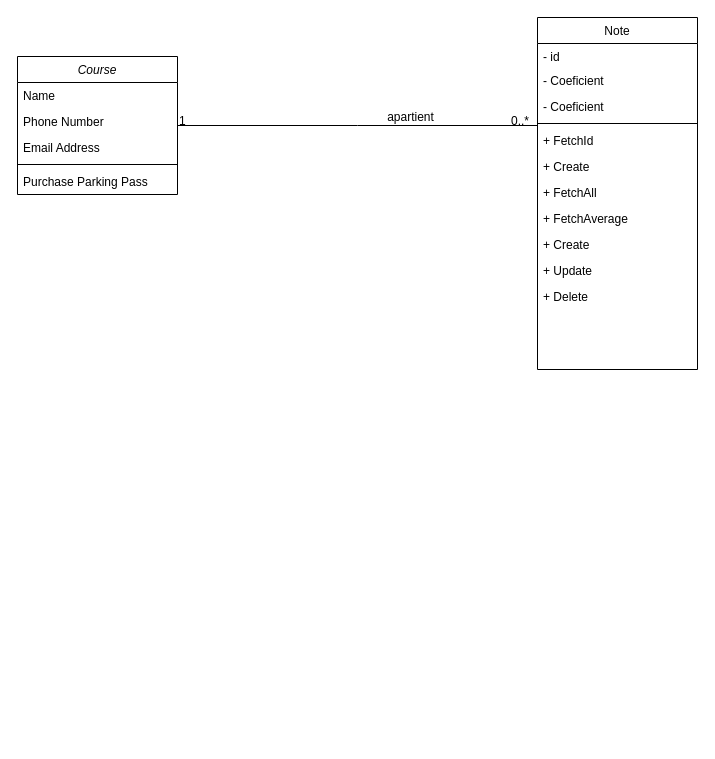
cherifsriret/PHP-mini-framwork keeps this draw.io diagram as classe.drawio. Above is the earlier version. Source tidied: cells renumbered, new cells numbered last; positions are measured from the earlier drawing's top-left corner, leaving out a move shared by most shapes. Both pictures are drawn from the tidied source at 100%, with x=0, y=0 at pixel (17, 17).
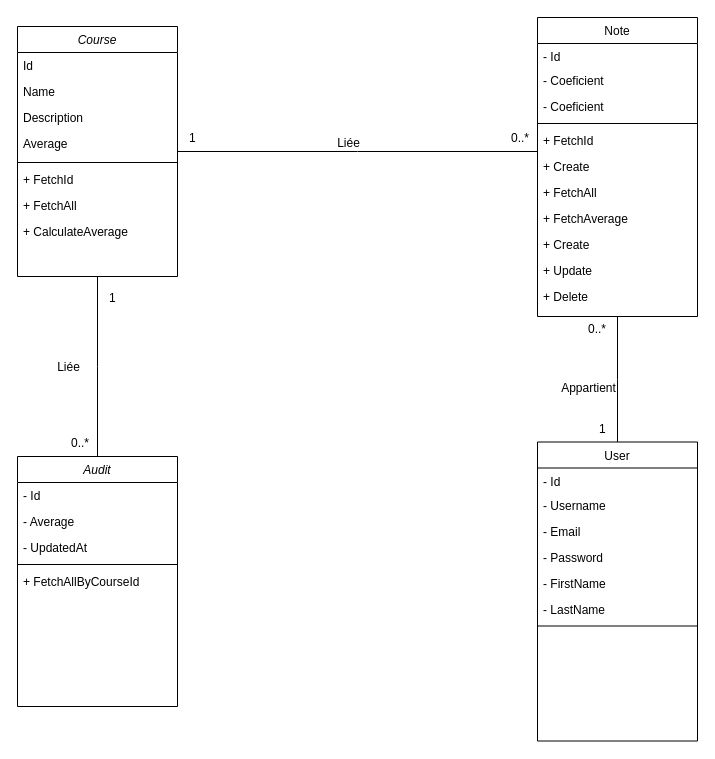
After the change.

Commit message (it also covers changes not shown here):
Mettre à jour classe.drawio

Unchanged cells that the change refers to:
```xml
<mxCell id="20" style="endArrow=none;shadow=0;strokeWidth=1;rounded=0;endFill=0;edgeStyle=elbowEdgeStyle;elbow=vertical;" parent="1" edge="1" source="2" target="8">
  <mxGeometry x="0.5" y="41" relative="1" as="geometry">
    <mxPoint x="-40" y="32" as="offset" />
  </mxGeometry>
</mxCell>
```

Change to the diagram source:
```diff
@@
     <mxCell id="2" value="Course" style="swimlane;fontStyle=2;align=center;verticalAlign=top;horizontal=1;startSize=26;rounded=0;shadow=0;strokeWidth=1;" parent="1" vertex="1">
-      <mxGeometry y="39" width="160" height="138" as="geometry" />
+      <mxGeometry y="9" width="160" height="250" as="geometry" />
     </mxCell>
-    <mxCell id="3" value="Name" style="text;align=left;verticalAlign=top;spacingLeft=4;spacingRight=4;overflow=hidden;" parent="2" vertex="1">
+    <mxCell id="3" value="Id" style="text;align=left;verticalAlign=top;spacingLeft=4;spacingRight=4;overflow=hidden;" parent="2" vertex="1">
       <mxGeometry y="26" width="160" height="26" as="geometry" />
     </mxCell>
-    <mxCell id="4" value="Phone Number" style="text;align=left;verticalAlign=top;spacingLeft=4;spacingRight=4;overflow=hidden;rounded=0;shadow=0;html=0;" parent="2" vertex="1">
+    <mxCell id="4" value="Name" style="text;align=left;verticalAlign=top;spacingLeft=4;spacingRight=4;overflow=hidden;rounded=0;shadow=0;html=0;" parent="2" vertex="1">
       <mxGeometry y="52" width="160" height="26" as="geometry" />
     </mxCell>
-    <mxCell id="5" value="Email Address" style="text;align=left;verticalAlign=top;spacingLeft=4;spacingRight=4;overflow=hidden;rounded=0;shadow=0;html=0;" parent="2" vertex="1">
+    <mxCell id="5" value="Description" style="text;align=left;verticalAlign=top;spacingLeft=4;spacingRight=4;overflow=hidden;rounded=0;shadow=0;html=0;" parent="2" vertex="1">
       <mxGeometry y="78" width="160" height="26" as="geometry" />
     </mxCell>
+    <mxCell id="7" value="Average" style="text;align=left;verticalAlign=top;spacingLeft=4;spacingRight=4;overflow=hidden;" parent="2" vertex="1">
+      <mxGeometry y="104" width="160" height="28" as="geometry" />
+    </mxCell>
     <mxCell id="6" style="line;html=1;strokeWidth=1;align=left;verticalAlign=middle;spacingTop=-1;spacingLeft=3;spacingRight=3;labelPosition=right;" parent="2" vertex="1">
-      <mxGeometry y="104" width="160" height="8" as="geometry" />
+      <mxGeometry y="132" width="160" height="8" as="geometry" />
     </mxCell>
-    <mxCell id="7" value="Purchase Parking Pass" style="text;align=left;verticalAlign=top;spacingLeft=4;spacingRight=4;overflow=hidden;" parent="2" vertex="1">
-      <mxGeometry y="112" width="160" height="26" as="geometry" />
-    </mxCell>
+    <mxCell id="24" value="+ FetchId" style="text;align=left;verticalAlign=top;spacingLeft=4;spacingRight=4;overflow=hidden;" parent="2" vertex="1">
+      <mxGeometry y="140" width="160" height="26" as="geometry" />
+    </mxCell>
+    <mxCell id="25" value="+ FetchAll" style="text;align=left;verticalAlign=top;spacingLeft=4;spacingRight=4;overflow=hidden;" parent="2" vertex="1">
+      <mxGeometry y="166" width="160" height="26" as="geometry" />
+    </mxCell>
+    <mxCell id="26" value="+ CalculateAverage" style="text;align=left;verticalAlign=top;spacingLeft=4;spacingRight=4;overflow=hidden;" parent="2" vertex="1">
+      <mxGeometry y="192" width="160" height="28" as="geometry" />
+    </mxCell>
     <mxCell id="8" value="Note" style="swimlane;fontStyle=0;align=center;verticalAlign=top;horizontal=1;startSize=26;rounded=0;shadow=0;strokeWidth=1;" parent="1" vertex="1">
-      <mxGeometry x="520" width="160" height="352" as="geometry" />
+      <mxGeometry x="520" width="160" height="299" as="geometry" />
     </mxCell>
-    <mxCell id="9" value="- id" style="text;align=left;verticalAlign=top;spacingLeft=4;spacingRight=4;overflow=hidden;labelBackgroundColor=none;labelBorderColor=none;html=1;" parent="8" vertex="1">
+    <mxCell id="9" value="- Id" style="text;align=left;verticalAlign=top;spacingLeft=4;spacingRight=4;overflow=hidden;labelBackgroundColor=none;labelBorderColor=none;html=1;" parent="8" vertex="1">
       <mxGeometry y="26" width="160" height="24" as="geometry" />
     </mxCell>
@@
     <mxCell id="21" value="1" style="align=left;verticalAlign=bottom;labelBackgroundColor=none;fontSize=12;" parent="20" vertex="1">
       <mxGeometry x="-1" relative="1" as="geometry">
-        <mxPoint y="4" as="offset" />
+        <mxPoint x="10" y="-5" as="offset" />
       </mxGeometry>
     </mxCell>
     <mxCell id="22" value="0..*" style="align=right;verticalAlign=bottom;labelBackgroundColor=none;fontSize=12;" parent="20" vertex="1">
       <mxGeometry x="1" relative="1" as="geometry">
-        <mxPoint x="-7" y="4" as="offset" />
+        <mxPoint x="-7" y="-5" as="offset" />
       </mxGeometry>
     </mxCell>
-    <mxCell id="23" value="apartient" style="text;html=1;align=center;verticalAlign=middle;labelBackgroundColor=none;rounded=0;shadow=0;strokeWidth=1;fontSize=12;" parent="20" vertex="1">
+    <mxCell id="23" value="Liée" style="text;html=1;align=center;verticalAlign=middle;labelBackgroundColor=none;rounded=0;shadow=0;strokeWidth=1;fontSize=12;" parent="20" vertex="1">
       <mxGeometry x="0.5" y="49" relative="1" as="geometry">
-        <mxPoint x="-38" y="40" as="offset" />
+        <mxPoint x="-100" y="40" as="offset" />
       </mxGeometry>
     </mxCell>
+    <mxCell id="27" value="Audit" style="swimlane;fontStyle=2;align=center;verticalAlign=top;horizontal=1;startSize=26;rounded=0;shadow=0;strokeWidth=1;" parent="1" vertex="1">
+      <mxGeometry y="439" width="160" height="250" as="geometry" />
+    </mxCell>
+    <mxCell id="28" value="- Id" style="text;align=left;verticalAlign=top;spacingLeft=4;spacingRight=4;overflow=hidden;" parent="27" vertex="1">
+      <mxGeometry y="26" width="160" height="26" as="geometry" />
+    </mxCell>
+    <mxCell id="29" value="- Average" style="text;align=left;verticalAlign=top;spacingLeft=4;spacingRight=4;overflow=hidden;rounded=0;shadow=0;html=0;" parent="27" vertex="1">
+      <mxGeometry y="52" width="160" height="26" as="geometry" />
+    </mxCell>
+    <mxCell id="30" value="- UpdatedAt" style="text;align=left;verticalAlign=top;spacingLeft=4;spacingRight=4;overflow=hidden;rounded=0;shadow=0;html=0;" parent="27" vertex="1">
+      <mxGeometry y="78" width="160" height="26" as="geometry" />
+    </mxCell>
+    <mxCell id="31" style="line;html=1;strokeWidth=1;align=left;verticalAlign=middle;spacingTop=-1;spacingLeft=3;spacingRight=3;labelPosition=right;" parent="27" vertex="1">
+      <mxGeometry y="104" width="160" height="8" as="geometry" />
+    </mxCell>
+    <mxCell id="32" value="+ FetchAllByCourseId" style="text;align=left;verticalAlign=top;spacingLeft=4;spacingRight=4;overflow=hidden;" parent="27" vertex="1">
+      <mxGeometry y="112" width="160" height="26" as="geometry" />
+    </mxCell>
+    <mxCell id="33" value="User" style="swimlane;fontStyle=0;align=center;verticalAlign=top;horizontal=1;startSize=26;rounded=0;shadow=0;strokeWidth=1;" parent="1" vertex="1">
+      <mxGeometry x="520" y="424.5" width="160" height="299" as="geometry" />
+    </mxCell>
+    <mxCell id="34" value="- Id" style="text;align=left;verticalAlign=top;spacingLeft=4;spacingRight=4;overflow=hidden;labelBackgroundColor=none;labelBorderColor=none;html=1;" parent="33" vertex="1">
+      <mxGeometry y="26" width="160" height="24" as="geometry" />
+    </mxCell>
+    <mxCell id="35" value="- Username" style="text;align=left;verticalAlign=top;spacingLeft=4;spacingRight=4;overflow=hidden;rounded=0;shadow=0;html=0;" parent="33" vertex="1">
+      <mxGeometry y="50" width="160" height="26" as="geometry" />
+    </mxCell>
+    <mxCell id="36" value="- Email" style="text;align=left;verticalAlign=top;spacingLeft=4;spacingRight=4;overflow=hidden;rounded=0;shadow=0;html=0;" parent="33" vertex="1">
+      <mxGeometry y="76" width="160" height="26" as="geometry" />
+    </mxCell>
+    <mxCell id="37" value="- Password" style="text;align=left;verticalAlign=top;spacingLeft=4;spacingRight=4;overflow=hidden;" parent="33" vertex="1">
+      <mxGeometry y="102" width="160" height="26" as="geometry" />
+    </mxCell>
+    <mxCell id="38" value="- FirstName" style="text;align=left;verticalAlign=top;spacingLeft=4;spacingRight=4;overflow=hidden;" parent="33" vertex="1">
+      <mxGeometry y="128" width="160" height="26" as="geometry" />
+    </mxCell>
+    <mxCell id="39" value="- LastName" style="text;align=left;verticalAlign=top;spacingLeft=4;spacingRight=4;overflow=hidden;" parent="33" vertex="1">
+      <mxGeometry y="154" width="160" height="26" as="geometry" />
+    </mxCell>
+    <mxCell id="40" style="line;html=1;strokeWidth=1;align=left;verticalAlign=middle;spacingTop=-1;spacingLeft=3;spacingRight=3;labelPosition=right;" parent="33" vertex="1">
+      <mxGeometry y="180" width="160" height="8" as="geometry" />
+    </mxCell>
+    <mxCell id="41" style="endArrow=none;shadow=0;strokeWidth=1;rounded=0;endFill=0;edgeStyle=elbowEdgeStyle;elbow=vertical;entryX=0.5;entryY=1;entryDx=0;entryDy=0;exitX=0.5;exitY=0;exitDx=0;exitDy=0;" parent="1" edge="1" source="33" target="8">
+      <mxGeometry x="0.5" y="41" relative="1" as="geometry">
+        <mxPoint x="-40" y="32" as="offset" />
+      </mxGeometry>
+    </mxCell>
+    <mxCell id="42" value="1" style="align=left;verticalAlign=bottom;labelBackgroundColor=none;fontSize=12;" parent="41" vertex="1">
+      <mxGeometry x="-1" relative="1" as="geometry">
+        <mxPoint x="-20" y="-5" as="offset" />
+      </mxGeometry>
+    </mxCell>
+    <mxCell id="43" value="0..*" style="align=right;verticalAlign=bottom;labelBackgroundColor=none;fontSize=12;" parent="41" vertex="1">
+      <mxGeometry x="1" relative="1" as="geometry">
+        <mxPoint x="-10" y="21" as="offset" />
+      </mxGeometry>
+    </mxCell>
+    <mxCell id="44" value="Appartient" style="text;html=1;align=center;verticalAlign=middle;labelBackgroundColor=none;rounded=0;shadow=0;strokeWidth=1;fontSize=12;" parent="41" vertex="1">
+      <mxGeometry x="0.5" y="49" relative="1" as="geometry">
+        <mxPoint x="19" y="40" as="offset" />
+      </mxGeometry>
+    </mxCell>
+    <mxCell id="45" style="endArrow=none;shadow=0;strokeWidth=1;rounded=0;endFill=0;edgeStyle=elbowEdgeStyle;elbow=vertical;exitX=0.5;exitY=1;exitDx=0;exitDy=0;entryX=0.5;entryY=0;entryDx=0;entryDy=0;" parent="1" edge="1" source="2" target="27">
+      <mxGeometry x="0.5" y="41" relative="1" as="geometry">
+        <mxPoint x="-40" y="32" as="offset" />
+      </mxGeometry>
+    </mxCell>
+    <mxCell id="46" value="1" style="align=left;verticalAlign=bottom;labelBackgroundColor=none;fontSize=12;" parent="45" vertex="1">
+      <mxGeometry x="-1" relative="1" as="geometry">
+        <mxPoint x="10" y="30" as="offset" />
+      </mxGeometry>
+    </mxCell>
+    <mxCell id="47" value="0..*" style="align=right;verticalAlign=bottom;labelBackgroundColor=none;fontSize=12;" parent="45" vertex="1">
+      <mxGeometry x="1" relative="1" as="geometry">
+        <mxPoint x="-7" y="-5" as="offset" />
+      </mxGeometry>
+    </mxCell>
+    <mxCell id="48" value="Liée" style="text;html=1;align=center;verticalAlign=middle;labelBackgroundColor=none;rounded=0;shadow=0;strokeWidth=1;fontSize=12;" parent="45" vertex="1">
+      <mxGeometry x="0.5" y="49" relative="1" as="geometry">
+        <mxPoint x="-79" y="-45" as="offset" />
+      </mxGeometry>
+    </mxCell>
```
